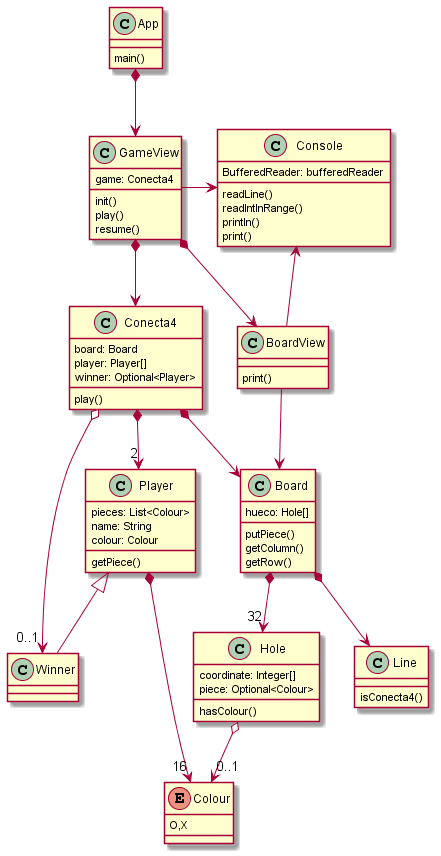
The PlantUML diagram conecta4-modelview/doc/modelo.v2.png in arturisimo/conecta4, before a commit.
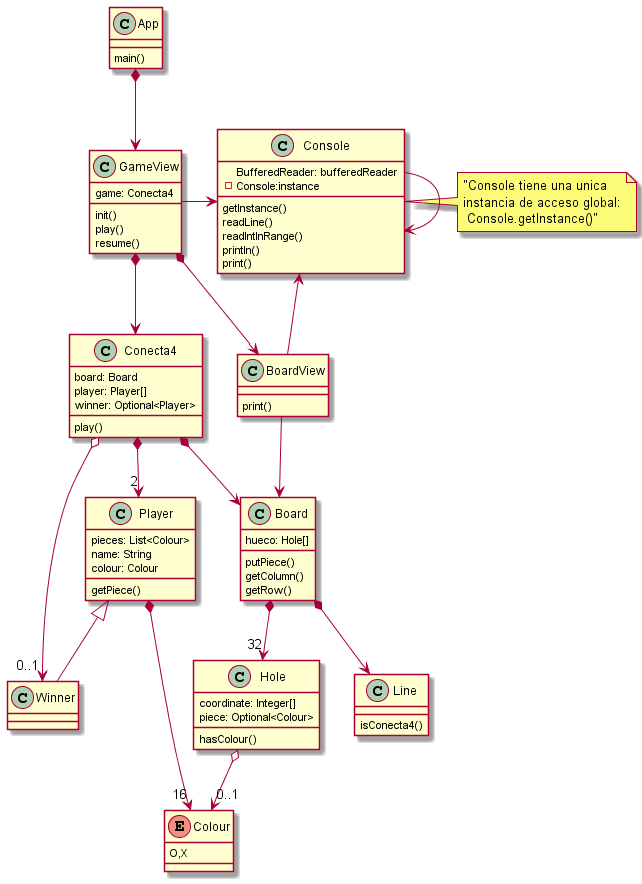
After the commit.

Commit message:
uml patrones

What changed in the source:
```diff
@@ -12,6 +12,8 @@
 GameView -right-> Console
 BoardView --> Board
 BoardView -left-> Console
+Console --> Console
+note right of [Console] : "Console tiene una unica \ninstancia de acceso global:\n Console.getInstance()"
 
 Player *--> "16" Colour
 Winner -up-|> Player
@@ -57,12 +59,14 @@
 Board *--> Line
 
 class Console{
-BufferedReader: bufferedReader
-readLine()
-readIntInRange()
-println()
-print()
-}
+	BufferedReader: bufferedReader
+	-Console:instance
+	getInstance()
+	readLine()
+	readIntInRange()
+	println()
+	print()
+	}
 class Winner
 
 class Player {
@@ -82,6 +86,4 @@
 	O,X
 }
 
-
-
 @enduml
```
